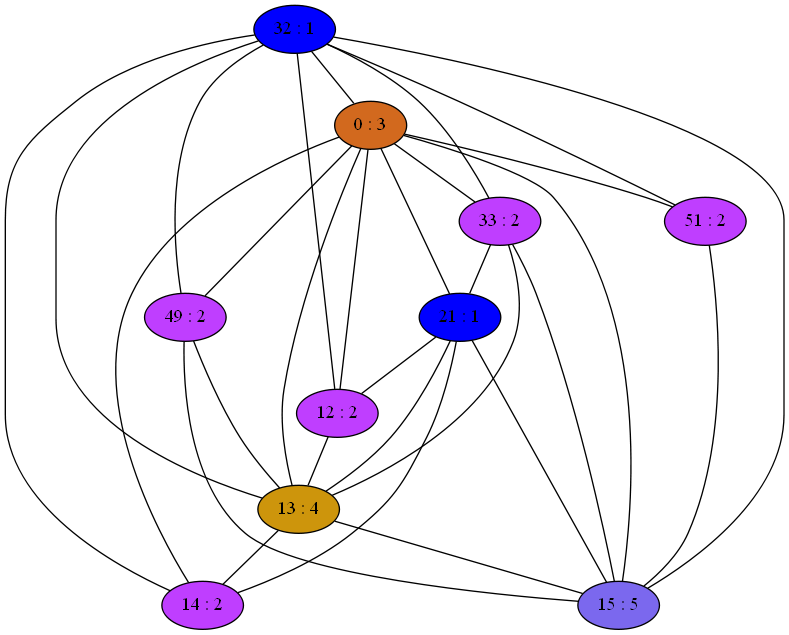
Before: Compiler/26iGraph.png, a diagram exported from Graphviz (mbajaj92/Project-Astoria). Its source is kept beside it as Compiler/26iGraph.dot.
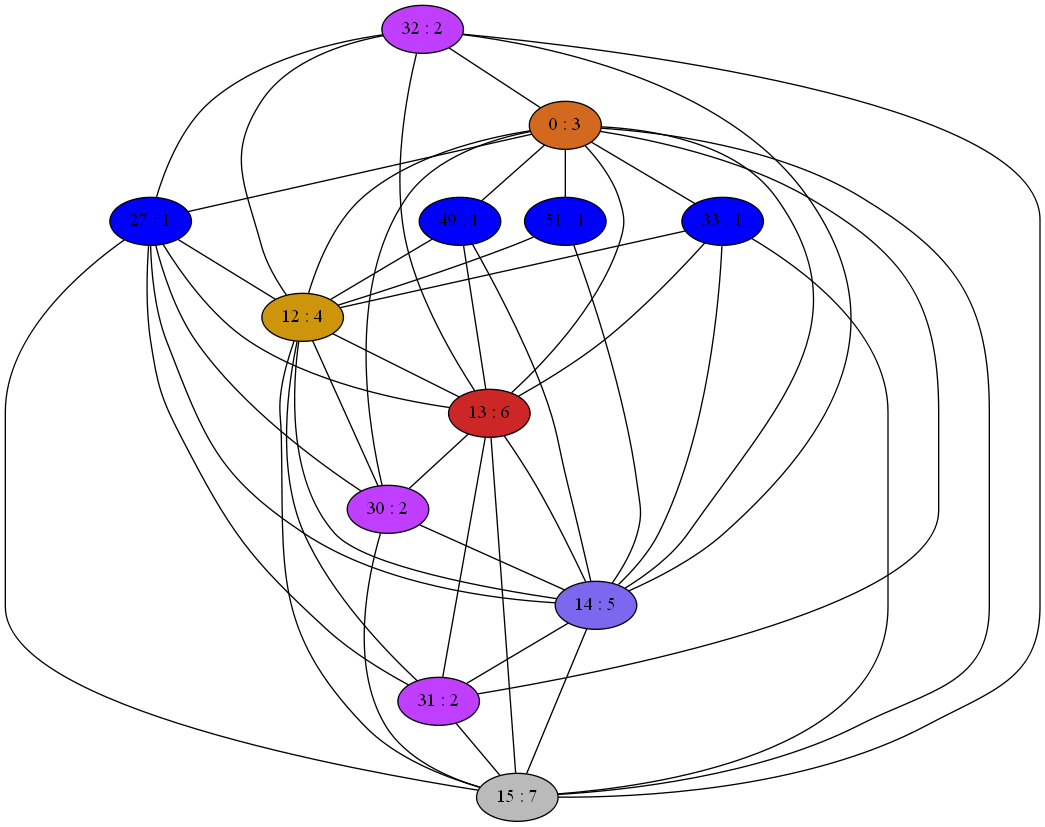
Above is the later version.

What changed in the source:
```diff
@@ -1,9 +1,7 @@
 strict graph {
-32[label="32 : 1" style=filled fillcolor="blue1"];
+32[label="32 : 2" style=filled fillcolor="darkorchid1"];
 32 -- 0
-32 -- 49
-32 -- 33
-32 -- 51
+32 -- 27
 32 -- 12
 32 -- 13
 32 -- 14
@@ -13,58 +11,94 @@
 0 -- 49
 0 -- 33
 0 -- 51
-0 -- 21
+0 -- 27
 0 -- 12
 0 -- 13
+0 -- 30
 0 -- 14
+0 -- 31
 0 -- 15
-33[label="33 : 2" style=filled fillcolor="darkorchid1"];
-33 -- 32
+33[label="33 : 1" style=filled fillcolor="blue1"];
 33 -- 0
-33 -- 21
+33 -- 12
 33 -- 13
+33 -- 14
 33 -- 15
-49[label="49 : 2" style=filled fillcolor="darkorchid1"];
-49 -- 32
+49[label="49 : 1" style=filled fillcolor="blue1"];
 49 -- 0
+49 -- 12
 49 -- 13
-49 -- 15
-51[label="51 : 2" style=filled fillcolor="darkorchid1"];
-51 -- 32
+49 -- 14
+51[label="51 : 1" style=filled fillcolor="blue1"];
 51 -- 0
-51 -- 15
-21[label="21 : 1" style=filled fillcolor="blue1"];
-21 -- 0
-21 -- 33
-21 -- 12
-21 -- 13
-21 -- 14
-21 -- 15
-12[label="12 : 2" style=filled fillcolor="darkorchid1"];
+51 -- 12
+51 -- 14
+27[label="27 : 1" style=filled fillcolor="blue1"];
+27 -- 32
+27 -- 0
+27 -- 12
+27 -- 13
+27 -- 30
+27 -- 14
+27 -- 31
+27 -- 15
+12[label="12 : 4" style=filled fillcolor="darkgoldenrod3"];
 12 -- 32
 12 -- 0
-12 -- 21
+12 -- 49
+12 -- 33
+12 -- 51
+12 -- 27
 12 -- 13
-13[label="13 : 4" style=filled fillcolor="darkgoldenrod3"];
+12 -- 30
+12 -- 14
+12 -- 31
+12 -- 15
+13[label="13 : 6" style=filled fillcolor="firebrick3"];
 13 -- 32
 13 -- 0
 13 -- 49
 13 -- 33
-13 -- 21
+13 -- 27
 13 -- 12
+13 -- 30
 13 -- 14
+13 -- 31
 13 -- 15
-14[label="14 : 2" style=filled fillcolor="darkorchid1"];
+30[label="30 : 2" style=filled fillcolor="darkorchid1"];
+30 -- 0
+30 -- 27
+30 -- 12
+30 -- 13
+30 -- 14
+30 -- 15
+14[label="14 : 5" style=filled fillcolor="mediumslateblue"];
 14 -- 32
 14 -- 0
-14 -- 21
+14 -- 49
+14 -- 33
+14 -- 51
+14 -- 27
+14 -- 12
 14 -- 13
-15[label="15 : 5" style=filled fillcolor="mediumslateblue"];
+14 -- 30
+14 -- 31
+14 -- 15
+31[label="31 : 2" style=filled fillcolor="darkorchid1"];
+31 -- 0
+31 -- 27
+31 -- 12
+31 -- 13
+31 -- 14
+31 -- 15
+15[label="15 : 7" style=filled fillcolor="gray73"];
 15 -- 32
 15 -- 0
-15 -- 49
 15 -- 33
-15 -- 51
-15 -- 21
+15 -- 27
+15 -- 12
 15 -- 13
+15 -- 30
+15 -- 14
+15 -- 31
 }
```
